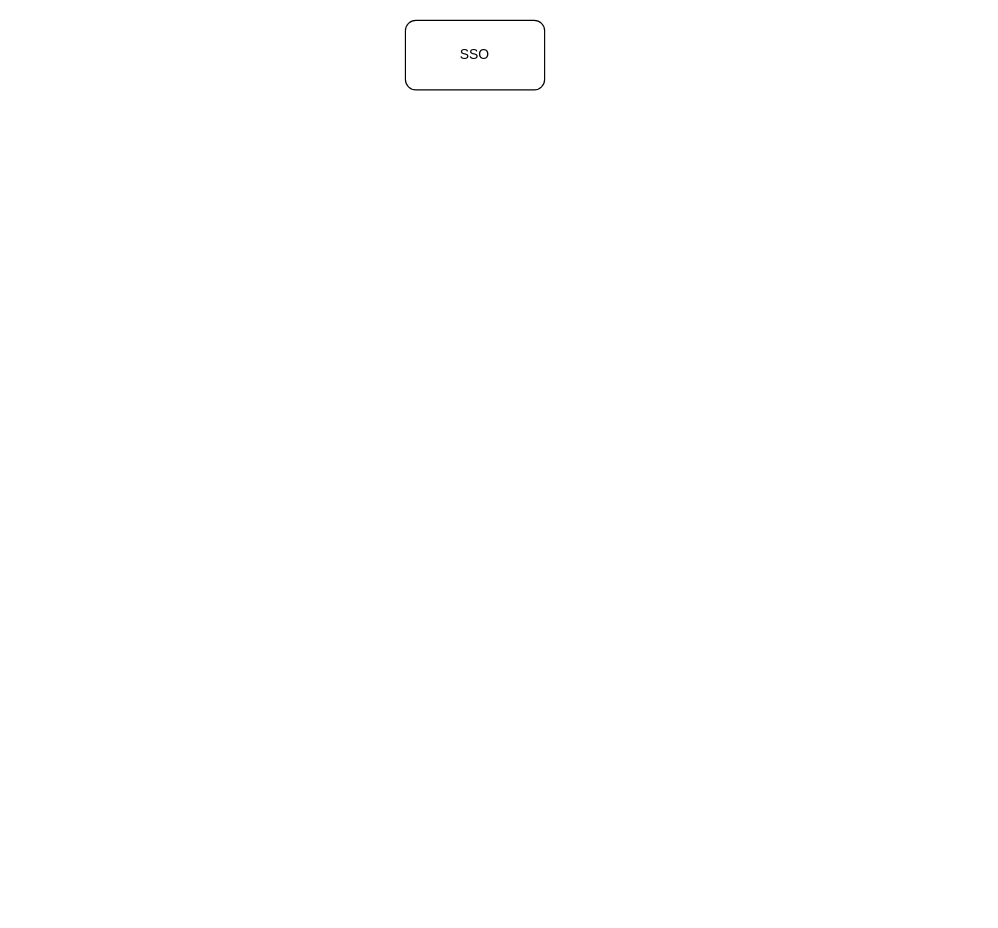
Above: SSO.drawio in sirencode/FrameWorkPro (draw.io), before the change. Source tidied: cells renumbered, new cells numbered last; positions are measured from the earlier drawing's top-left corner, leaving out a move shared by most shapes. Both pictures are drawn from the tidied source at 116%, with x=0, y=0 at pixel (405, 20).
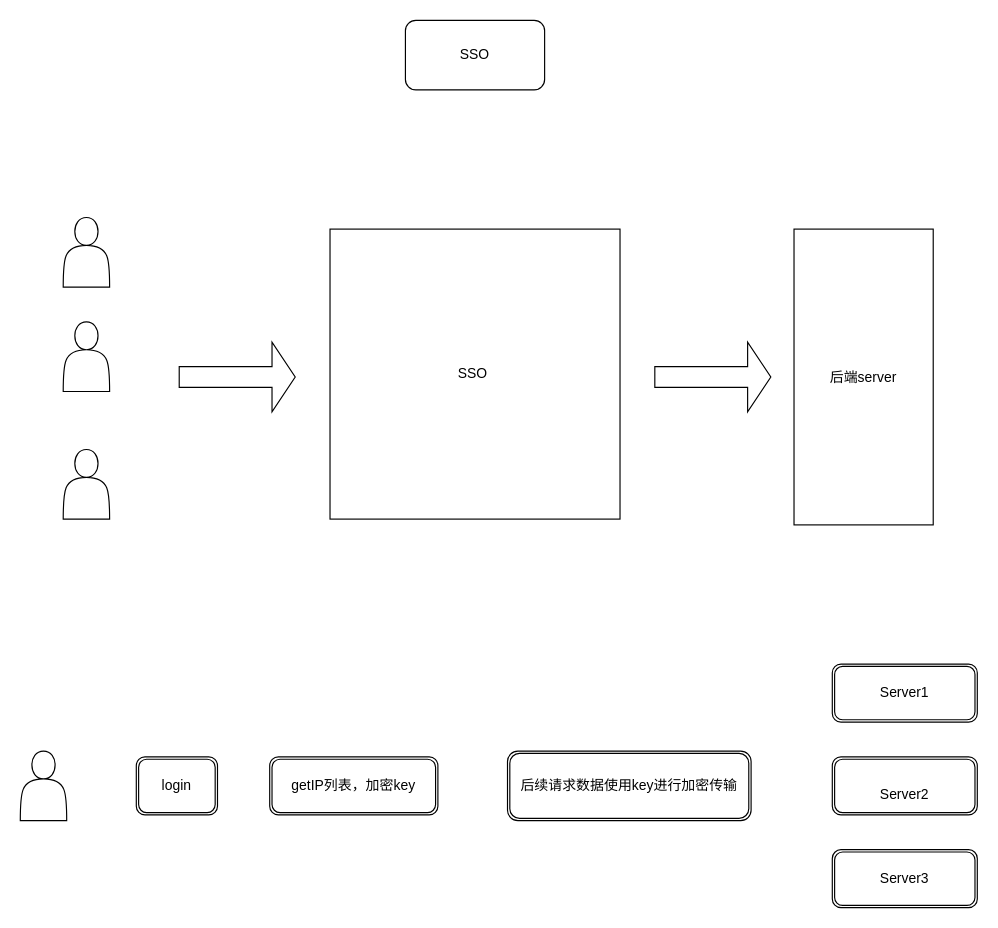
Above is the later version.

Diff of the diagram source:
```diff
@@
 <mxGraphModel>
   <root>
     <mxCell id="0" />
     <mxCell id="1" parent="0" />
     <mxCell id="2" value="SSO" style="rounded=1;whiteSpace=wrap;html=1;" parent="1" vertex="1">
       <mxGeometry width="120" height="60" as="geometry" />
     </mxCell>
+    <mxCell id="3" style="shape=actor;whiteSpace=wrap;html=1;" parent="1" vertex="1">
+      <mxGeometry x="-295" y="170" width="40" height="60" as="geometry" />
+    </mxCell>
+    <mxCell id="4" style="shape=actor;whiteSpace=wrap;html=1;" parent="1" vertex="1">
+      <mxGeometry x="-295" y="260" width="40" height="60" as="geometry" />
+    </mxCell>
+    <mxCell id="5" style="shape=actor;whiteSpace=wrap;html=1;" parent="1" vertex="1">
+      <mxGeometry x="-295" y="370" width="40" height="60" as="geometry" />
+    </mxCell>
+    <mxCell id="6" value="SSO&amp;nbsp;" style="whiteSpace=wrap;html=1;" parent="1" vertex="1">
+      <mxGeometry x="-65" y="180" width="250" height="250" as="geometry" />
+    </mxCell>
+    <mxCell id="7" value="后端server" style="rounded=0;whiteSpace=wrap;html=1;" parent="1" vertex="1">
+      <mxGeometry x="335" y="180" width="120" height="255" as="geometry" />
+    </mxCell>
+    <mxCell id="8" style="shape=singleArrow;whiteSpace=wrap;html=1;" parent="1" vertex="1">
+      <mxGeometry x="-195" y="277.5" width="100" height="60" as="geometry" />
+    </mxCell>
+    <mxCell id="9" style="shape=singleArrow;whiteSpace=wrap;html=1;" parent="1" vertex="1">
+      <mxGeometry x="215" y="277.5" width="100" height="60" as="geometry" />
+    </mxCell>
+    <mxCell id="10" style="shape=actor;whiteSpace=wrap;html=1;" parent="1" vertex="1">
+      <mxGeometry x="-332" y="630" width="40" height="60" as="geometry" />
+    </mxCell>
+    <mxCell id="11" value="login" style="shape=ext;double=1;rounded=1;whiteSpace=wrap;html=1;" parent="1" vertex="1">
+      <mxGeometry x="-232" y="635" width="70" height="50" as="geometry" />
+    </mxCell>
+    <mxCell id="12" value="getIP列表，加密key" style="shape=ext;double=1;rounded=1;whiteSpace=wrap;html=1;" parent="1" vertex="1">
+      <mxGeometry x="-117" y="635" width="145" height="50" as="geometry" />
+    </mxCell>
+    <mxCell id="13" value="后续请求数据使用key进行加密传输" style="shape=ext;double=1;rounded=1;whiteSpace=wrap;html=1;" parent="1" vertex="1">
+      <mxGeometry x="88" y="630" width="210" height="60" as="geometry" />
+    </mxCell>
+    <mxCell id="14" value="Server1" style="shape=ext;double=1;rounded=1;whiteSpace=wrap;html=1;" parent="1" vertex="1">
+      <mxGeometry x="368" y="555" width="125" height="50" as="geometry" />
+    </mxCell>
+    <mxCell id="15" value="&lt;br&gt;Server2" style="shape=ext;double=1;rounded=1;whiteSpace=wrap;html=1;" parent="1" vertex="1">
+      <mxGeometry x="368" y="635" width="125" height="50" as="geometry" />
+    </mxCell>
+    <mxCell id="16" value="Server3" style="shape=ext;double=1;rounded=1;whiteSpace=wrap;html=1;" parent="1" vertex="1">
+      <mxGeometry x="368" y="715" width="125" height="50" as="geometry" />
+    </mxCell>
   </root>
 </mxGraphModel>
```
